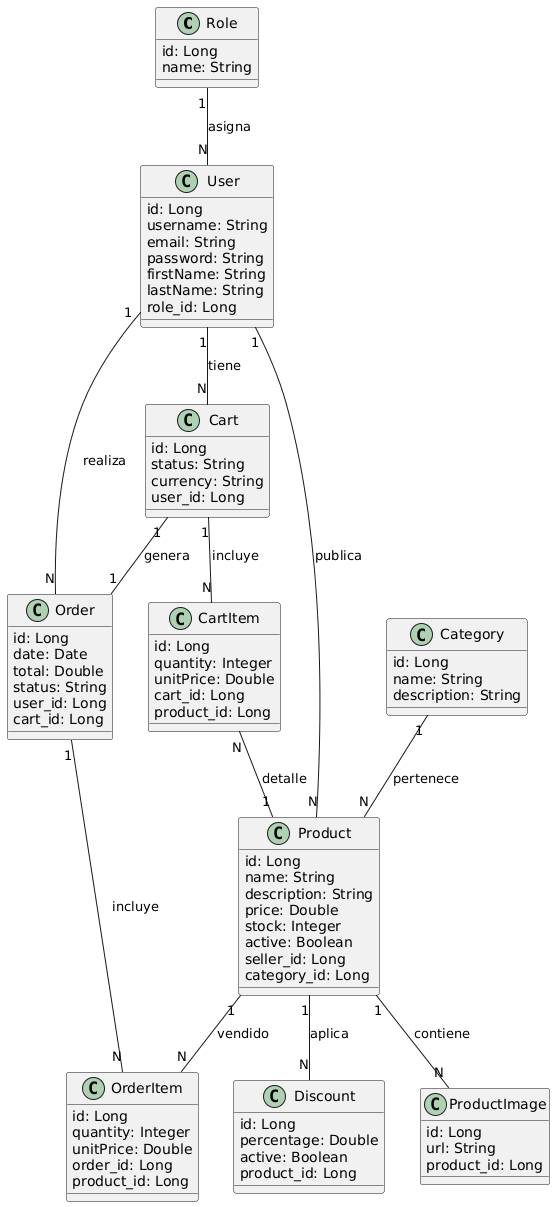
Above: doc/UML/UML.png in manulopezscala/tpo-apis-grupo4 (PlantUML), before the change.
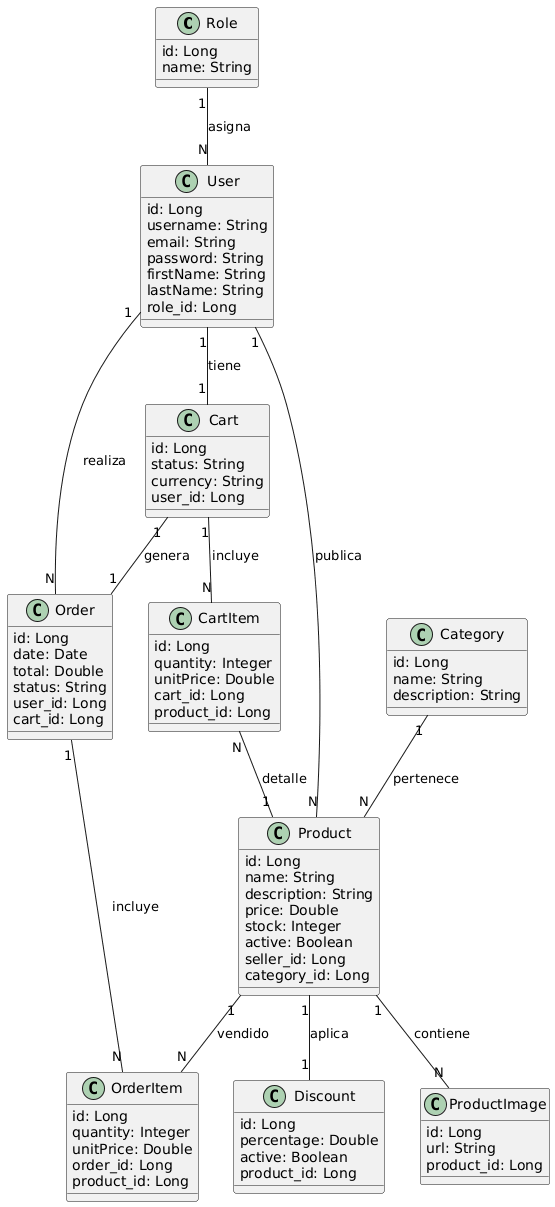
After the commit.

Commit message:
fix: update relationship cardinality for Product and Discount in UML diagram

What changed in the source:
```diff
@@ -1,5 +1,4 @@
 @startuml
-
 class Role {
   id: Long
   name: String
@@ -82,14 +81,14 @@
 
 User "1" -- "N" Product : publica
 User "1" -- "N" Order : realiza
-User "1" -- "N" Cart : tiene
+User "1" -- "1" Cart : tiene
 
 Category "1" -- "N" Product : pertenece
 
 Cart "1" -- "N" CartItem : incluye
 CartItem "N" -- "1" Product : detalle
 
-Product "1" -- "N" Discount : aplica
+Product "1" -- "1" Discount : aplica
 Product "1" -- "N" ProductImage : contiene
 
 Product "1" -- "N" OrderItem : vendido
```
